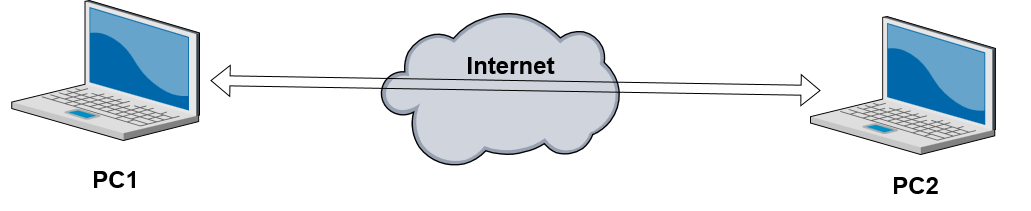
Earlier version of the draw.io export Untitled Diagram.drawio.png (sidney0323/android-art-res). Source tidied: cells renumbered, new cells last; positions are measured from the earlier drawing's top-left corner, leaving out a move shared by most shapes.
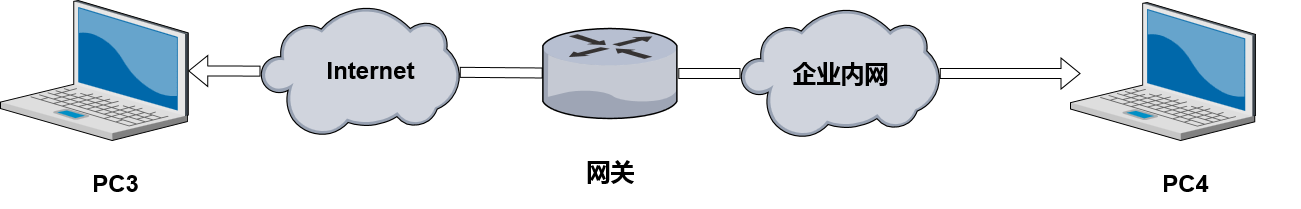
After the change.

What changed in the source:
```diff
@@ -2,29 +2,49 @@
   <root>
     <mxCell id="0" style="html=1;" />
     <mxCell id="1" style="html=1;" parent="0" />
-    <mxCell id="2" style="verticalLabelPosition=bottom;sketch=0;html=1;verticalAlign=top;strokeColor=none;align=center;outlineConnect=0;shape=mxgraph.citrix.cloud;" parent="1" vertex="1">
-      <mxGeometry x="380" y="10.9" width="239.2" height="156.1" as="geometry" />
-    </mxCell>
+    <mxCell id="9" style="verticalLabelPosition=bottom;sketch=0;html=1;verticalAlign=top;strokeColor=none;align=center;outlineConnect=0;shape=mxgraph.citrix.cloud;" parent="1" vertex="1">
+      <mxGeometry x="740" y="40" width="199.2" height="130" as="geometry" />
+    </mxCell>
-    <mxCell id="3" value="Internet" style="text;strokeColor=none;fillColor=none;html=1;fontSize=24;fontStyle=1;verticalAlign=middle;align=center;" parent="1" vertex="1">
-      <mxGeometry x="380" y="30" width="260" height="70" as="geometry" />
+    <mxCell id="3" value="企业内网" style="text;strokeColor=none;fillColor=none;html=1;fontSize=24;fontStyle=1;verticalAlign=middle;align=center;" parent="1" vertex="1">
+      <mxGeometry x="709.6" y="70" width="260" height="70" as="geometry" />
     </mxCell>
     <mxCell id="4" style="verticalLabelPosition=bottom;sketch=0;html=1;verticalAlign=top;strokeColor=none;align=center;outlineConnect=0;shape=mxgraph.citrix.laptop_2;" parent="1" vertex="1">
-      <mxGeometry x="11.2" width="187.8" height="140" as="geometry" />
+      <mxGeometry y="32" width="187.8" height="140" as="geometry" />
     </mxCell>
     <mxCell id="5" style="verticalLabelPosition=bottom;sketch=0;html=1;verticalAlign=top;strokeColor=none;align=center;shape=mxgraph.citrix.laptop_2;" parent="1" vertex="1">
-      <mxGeometry x="810" y="16" width="185.1" height="138" as="geometry" />
+      <mxGeometry x="1070" y="34" width="185.1" height="138" as="geometry" />
     </mxCell>
-    <mxCell id="6" style="shape=flexArrow;endArrow=classic;startArrow=classic;html=1;rounded=0;" parent="1" edge="1">
+    <mxCell id="6" style="shape=flexArrow;endArrow=classic;startArrow=none;html=1;rounded=0;" parent="1" edge="1" source="9">
       <mxGeometry relative="1" as="geometry">
-        <mxPoint x="210" y="80" as="sourcePoint" />
-        <mxPoint x="820" y="90" as="targetPoint" />
+        <mxPoint x="1080" y="105" as="targetPoint" />
       </mxGeometry>
     </mxCell>
-    <mxCell id="7" value="PC1" style="text;strokeColor=none;fillColor=none;html=1;fontSize=24;fontStyle=1;verticalAlign=middle;align=center;" parent="1" vertex="1">
-      <mxGeometry y="154" width="230" height="50" as="geometry" />
+    <mxCell id="7" value="PC3" style="text;strokeColor=none;fillColor=none;html=1;fontSize=24;fontStyle=1;verticalAlign=middle;align=center;" parent="1" vertex="1">
+      <mxGeometry y="190" width="230" height="50" as="geometry" />
     </mxCell>
-    <mxCell id="8" value="PC2" style="text;strokeColor=none;fillColor=none;html=1;fontSize=24;fontStyle=1;verticalAlign=middle;align=center;" parent="1" vertex="1">
-      <mxGeometry x="800" y="160" width="230" height="50" as="geometry" />
+    <mxCell id="8" value="PC4" style="text;strokeColor=none;fillColor=none;html=1;fontSize=24;fontStyle=1;verticalAlign=middle;align=center;" parent="1" vertex="1">
+      <mxGeometry x="1070" y="190" width="230" height="50" as="geometry" />
     </mxCell>
+    <mxCell id="10" style="verticalLabelPosition=bottom;sketch=0;html=1;verticalAlign=top;strokeColor=none;align=center;outlineConnect=0;shape=mxgraph.citrix.router;" parent="1" vertex="1">
+      <mxGeometry x="542.2" y="60" width="135.6" height="90" as="geometry" />
+    </mxCell>
+    <mxCell id="11" style="shape=flexArrow;endArrow=none;startArrow=none;html=1;rounded=0;" parent="1" edge="1" source="2" target="10">
+      <mxGeometry relative="1" as="geometry" />
+    </mxCell>
+    <mxCell id="12" style="shape=flexArrow;endArrow=none;startArrow=none;html=1;rounded=0;" parent="1" edge="1" source="10" target="9">
+      <mxGeometry relative="1" as="geometry" />
+    </mxCell>
+    <mxCell id="2" style="verticalLabelPosition=bottom;sketch=0;html=1;verticalAlign=top;strokeColor=none;align=center;outlineConnect=0;shape=mxgraph.citrix.cloud;" parent="1" vertex="1">
+      <mxGeometry x="260" y="38" width="199.2" height="130" as="geometry" />
+    </mxCell>
+    <mxCell id="13" style="shape=flexArrow;endArrow=none;startArrow=classic;html=1;rounded=0;" parent="1" edge="1" source="4" target="2">
+      <mxGeometry relative="1" as="geometry" />
+    </mxCell>
+    <mxCell id="14" value="Internet" style="text;strokeColor=none;fillColor=none;html=1;fontSize=24;fontStyle=1;verticalAlign=middle;align=center;" parent="1" vertex="1">
+      <mxGeometry x="240" y="67" width="260" height="70" as="geometry" />
+    </mxCell>
+    <mxCell id="15" value="网关" style="text;strokeColor=none;fillColor=none;html=1;fontSize=24;fontStyle=1;verticalAlign=middle;align=center;" parent="1" vertex="1">
+      <mxGeometry x="480" y="168" width="260" height="70" as="geometry" />
+    </mxCell>
   </root>
 </mxGraphModel>
```
